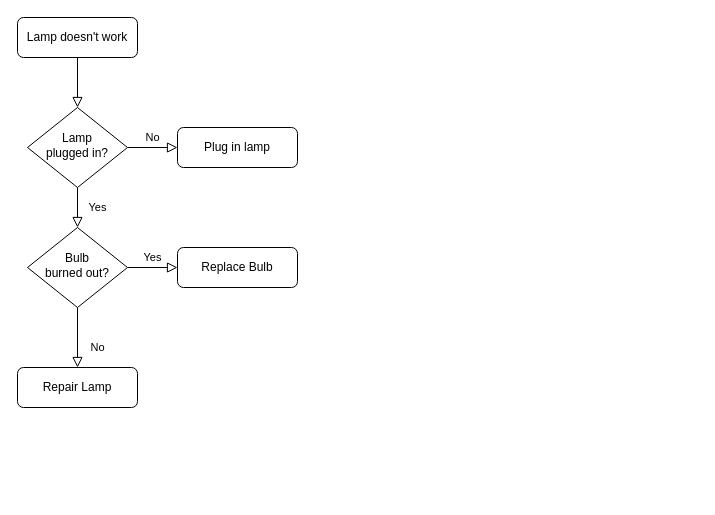
Zippochoiloto/CSS-learn-easy-example keeps this draw.io diagram as Untitled Diagram.drawio. Above is the earlier version. Source tidied: cells renumbered, new cells numbered last; positions are measured from the earlier drawing's top-left corner, leaving out a move shared by most shapes. Both pictures are drawn from the tidied source at 100%, with x=0, y=0 at pixel (17, 17).
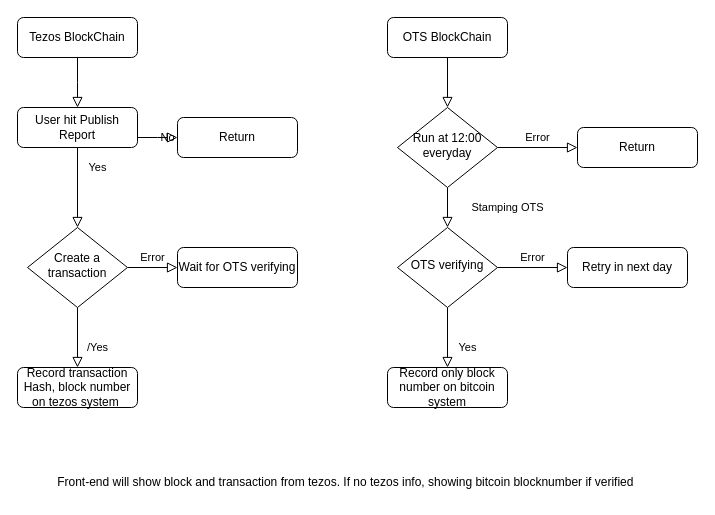
After the change.

The edit, as a diff of the source:
```diff
@@
-    <mxCell id="2" style="rounded=0;html=1;jettySize=auto;fontSize=11;endArrow=block;endFill=0;endSize=8;strokeWidth=1;shadow=0;labelBackgroundColor=none;edgeStyle=orthogonalEdgeStyle;" parent="1" edge="1" source="3" target="6">
-      <mxGeometry relative="1" as="geometry" />
+    <mxCell id="2" style="rounded=0;html=1;jettySize=auto;fontSize=11;endArrow=block;endFill=0;endSize=8;strokeWidth=1;shadow=0;labelBackgroundColor=none;edgeStyle=orthogonalEdgeStyle;" parent="1" edge="1" source="3">
+      <mxGeometry relative="1" as="geometry">
+        <mxPoint x="60" y="90" as="targetPoint" />
+      </mxGeometry>
     </mxCell>
-    <mxCell id="3" value="Lamp doesn't work" style="rounded=1;whiteSpace=wrap;html=1;fontSize=12;glass=0;strokeWidth=1;shadow=0;" parent="1" vertex="1">
+    <mxCell id="3" value="Tezos BlockChain" style="rounded=1;whiteSpace=wrap;html=1;fontSize=12;glass=0;strokeWidth=1;shadow=0;" parent="1" vertex="1">
       <mxGeometry width="120" height="40" as="geometry" />
     </mxCell>
-    <mxCell id="4" value="Yes" style="rounded=0;html=1;jettySize=auto;fontSize=11;endArrow=block;endFill=0;endSize=8;strokeWidth=1;shadow=0;labelBackgroundColor=none;edgeStyle=orthogonalEdgeStyle;" parent="1" edge="1" source="6" target="10">
-      <mxGeometry y="20" relative="1" as="geometry" />
+    <mxCell id="4" value="Yes" style="rounded=0;html=1;jettySize=auto;fontSize=11;endArrow=block;endFill=0;endSize=8;strokeWidth=1;shadow=0;labelBackgroundColor=none;edgeStyle=orthogonalEdgeStyle;" parent="1" edge="1" target="10">
+      <mxGeometry y="20" relative="1" as="geometry">
+        <mxPoint x="60" y="170" as="sourcePoint" />
+        <Array as="points">
+          <mxPoint x="60" y="130" />
+          <mxPoint x="60" y="130" />
+        </Array>
+      </mxGeometry>
     </mxCell>
-    <mxCell id="5" value="No" style="edgeStyle=orthogonalEdgeStyle;rounded=0;html=1;jettySize=auto;fontSize=11;endArrow=block;endFill=0;endSize=8;strokeWidth=1;shadow=0;labelBackgroundColor=none;" parent="1" edge="1" source="6" target="7">
-      <mxGeometry y="10" relative="1" as="geometry" />
+    <mxCell id="5" value="No" style="edgeStyle=orthogonalEdgeStyle;rounded=0;html=1;jettySize=auto;fontSize=11;endArrow=block;endFill=0;endSize=8;strokeWidth=1;shadow=0;labelBackgroundColor=none;exitX=1;exitY=0.75;exitDx=0;exitDy=0;" parent="1" edge="1" source="7">
+      <mxGeometry y="10" relative="1" as="geometry">
+        <mxPoint x="160" y="120" as="targetPoint" />
+      </mxGeometry>
     </mxCell>
-    <mxCell id="6" value="Lamp&lt;br&gt;plugged in?" style="rhombus;whiteSpace=wrap;html=1;shadow=0;fontFamily=Helvetica;fontSize=12;align=center;strokeWidth=1;spacing=6;spacingTop=-4;" parent="1" vertex="1">
-      <mxGeometry x="10" y="90" width="100" height="80" as="geometry" />
-    </mxCell>
-    <mxCell id="7" value="Plug in lamp" style="rounded=1;whiteSpace=wrap;html=1;fontSize=12;glass=0;strokeWidth=1;shadow=0;" parent="1" vertex="1">
-      <mxGeometry x="160" y="110" width="120" height="40" as="geometry" />
+    <mxCell id="7" value="User hit Publish Report" style="rounded=1;whiteSpace=wrap;html=1;fontSize=12;glass=0;strokeWidth=1;shadow=0;" parent="1" vertex="1">
+      <mxGeometry y="90" width="120" height="40" as="geometry" />
     </mxCell>
-    <mxCell id="8" value="No" style="rounded=0;html=1;jettySize=auto;fontSize=11;endArrow=block;endFill=0;endSize=8;strokeWidth=1;shadow=0;labelBackgroundColor=none;edgeStyle=orthogonalEdgeStyle;" parent="1" edge="1" source="10" target="11">
+    <mxCell id="8" value="/Yes" style="rounded=0;html=1;jettySize=auto;fontSize=11;endArrow=block;endFill=0;endSize=8;strokeWidth=1;shadow=0;labelBackgroundColor=none;edgeStyle=orthogonalEdgeStyle;" parent="1" edge="1" source="10" target="11">
       <mxGeometry x="0.33" y="20" relative="1" as="geometry" />
     </mxCell>
-    <mxCell id="9" value="Yes" style="edgeStyle=orthogonalEdgeStyle;rounded=0;html=1;jettySize=auto;fontSize=11;endArrow=block;endFill=0;endSize=8;strokeWidth=1;shadow=0;labelBackgroundColor=none;" parent="1" edge="1" source="10" target="12">
+    <mxCell id="9" value="Error" style="edgeStyle=orthogonalEdgeStyle;rounded=0;html=1;jettySize=auto;fontSize=11;endArrow=block;endFill=0;endSize=8;strokeWidth=1;shadow=0;labelBackgroundColor=none;" parent="1" edge="1" source="10" target="12">
       <mxGeometry y="10" relative="1" as="geometry" />
     </mxCell>
-    <mxCell id="10" value="Bulb&lt;br&gt;burned out?" style="rhombus;whiteSpace=wrap;html=1;shadow=0;fontFamily=Helvetica;fontSize=12;align=center;strokeWidth=1;spacing=6;spacingTop=-4;" parent="1" vertex="1">
+    <mxCell id="10" value="Create a transaction" style="rhombus;whiteSpace=wrap;html=1;shadow=0;fontFamily=Helvetica;fontSize=12;align=center;strokeWidth=1;spacing=6;spacingTop=-4;" parent="1" vertex="1">
       <mxGeometry x="10" y="210" width="100" height="80" as="geometry" />
     </mxCell>
-    <mxCell id="11" value="Repair Lamp" style="rounded=1;whiteSpace=wrap;html=1;fontSize=12;glass=0;strokeWidth=1;shadow=0;" parent="1" vertex="1">
+    <mxCell id="11" value="Record transaction Hash, block number on tezos system&amp;nbsp;" style="rounded=1;whiteSpace=wrap;html=1;fontSize=12;glass=0;strokeWidth=1;shadow=0;" parent="1" vertex="1">
       <mxGeometry y="350" width="120" height="40" as="geometry" />
     </mxCell>
-    <mxCell id="12" value="Replace Bulb" style="rounded=1;whiteSpace=wrap;html=1;fontSize=12;glass=0;strokeWidth=1;shadow=0;" parent="1" vertex="1">
+    <mxCell id="12" value="Wait for OTS verifying" style="rounded=1;whiteSpace=wrap;html=1;fontSize=12;glass=0;strokeWidth=1;shadow=0;" parent="1" vertex="1">
       <mxGeometry x="160" y="230" width="120" height="40" as="geometry" />
     </mxCell>
+    <mxCell id="13" style="rounded=0;html=1;jettySize=auto;fontSize=11;endArrow=block;endFill=0;endSize=8;strokeWidth=1;shadow=0;labelBackgroundColor=none;edgeStyle=orthogonalEdgeStyle;" parent="1" edge="1" source="14" target="17">
+      <mxGeometry relative="1" as="geometry" />
+    </mxCell>
+    <mxCell id="14" value="OTS BlockChain" style="rounded=1;whiteSpace=wrap;html=1;fontSize=12;glass=0;strokeWidth=1;shadow=0;" parent="1" vertex="1">
+      <mxGeometry x="370" width="120" height="40" as="geometry" />
+    </mxCell>
+    <mxCell id="15" value="Stamping OTS" style="rounded=0;html=1;jettySize=auto;fontSize=11;endArrow=block;endFill=0;endSize=8;strokeWidth=1;shadow=0;labelBackgroundColor=none;edgeStyle=orthogonalEdgeStyle;" parent="1" edge="1" source="17" target="21">
+      <mxGeometry y="60" relative="1" as="geometry" />
+    </mxCell>
+    <mxCell id="16" value="Error" style="edgeStyle=orthogonalEdgeStyle;rounded=0;html=1;jettySize=auto;fontSize=11;endArrow=block;endFill=0;endSize=8;strokeWidth=1;shadow=0;labelBackgroundColor=none;" parent="1" edge="1" source="17" target="18">
+      <mxGeometry y="10" relative="1" as="geometry" />
+    </mxCell>
+    <mxCell id="17" value="Run at 12:00 everyday" style="rhombus;whiteSpace=wrap;html=1;shadow=0;fontFamily=Helvetica;fontSize=12;align=center;strokeWidth=1;spacing=6;spacingTop=-4;" parent="1" vertex="1">
+      <mxGeometry x="380" y="90" width="100" height="80" as="geometry" />
+    </mxCell>
+    <mxCell id="18" value="Return" style="rounded=1;whiteSpace=wrap;html=1;fontSize=12;glass=0;strokeWidth=1;shadow=0;" parent="1" vertex="1">
+      <mxGeometry x="560" y="110" width="120" height="40" as="geometry" />
+    </mxCell>
+    <mxCell id="19" value="Yes" style="rounded=0;html=1;jettySize=auto;fontSize=11;endArrow=block;endFill=0;endSize=8;strokeWidth=1;shadow=0;labelBackgroundColor=none;edgeStyle=orthogonalEdgeStyle;" parent="1" edge="1" source="21" target="22">
+      <mxGeometry x="0.33" y="20" relative="1" as="geometry" />
+    </mxCell>
+    <mxCell id="20" value="Error" style="edgeStyle=orthogonalEdgeStyle;rounded=0;html=1;jettySize=auto;fontSize=11;endArrow=block;endFill=0;endSize=8;strokeWidth=1;shadow=0;labelBackgroundColor=none;" parent="1" edge="1" source="21" target="23">
+      <mxGeometry y="10" relative="1" as="geometry" />
+    </mxCell>
+    <mxCell id="21" value="OTS verifying" style="rhombus;whiteSpace=wrap;html=1;shadow=0;fontFamily=Helvetica;fontSize=12;align=center;strokeWidth=1;spacing=6;spacingTop=-4;" parent="1" vertex="1">
+      <mxGeometry x="380" y="210" width="100" height="80" as="geometry" />
+    </mxCell>
+    <mxCell id="22" value="Record only block number on bitcoin system" style="rounded=1;whiteSpace=wrap;html=1;fontSize=12;glass=0;strokeWidth=1;shadow=0;" parent="1" vertex="1">
+      <mxGeometry x="370" y="350" width="120" height="40" as="geometry" />
+    </mxCell>
+    <mxCell id="23" value="Retry in next day" style="rounded=1;whiteSpace=wrap;html=1;fontSize=12;glass=0;strokeWidth=1;shadow=0;" parent="1" vertex="1">
+      <mxGeometry x="550" y="230" width="120" height="40" as="geometry" />
+    </mxCell>
+    <mxCell id="24" value="Return" style="rounded=1;whiteSpace=wrap;html=1;fontSize=12;glass=0;strokeWidth=1;shadow=0;" parent="1" vertex="1">
+      <mxGeometry x="160" y="100" width="120" height="40" as="geometry" />
+    </mxCell>
+    <mxCell id="25" value="Front-end will show block and transaction from tezos. If no tezos info, showing bitcoin blocknumber if verified&amp;nbsp;" style="text;html=1;strokeColor=none;fillColor=none;align=center;verticalAlign=middle;whiteSpace=wrap;rounded=0;" parent="1" vertex="1">
+      <mxGeometry x="20" y="450" width="620" height="30" as="geometry" />
+    </mxCell>
```
